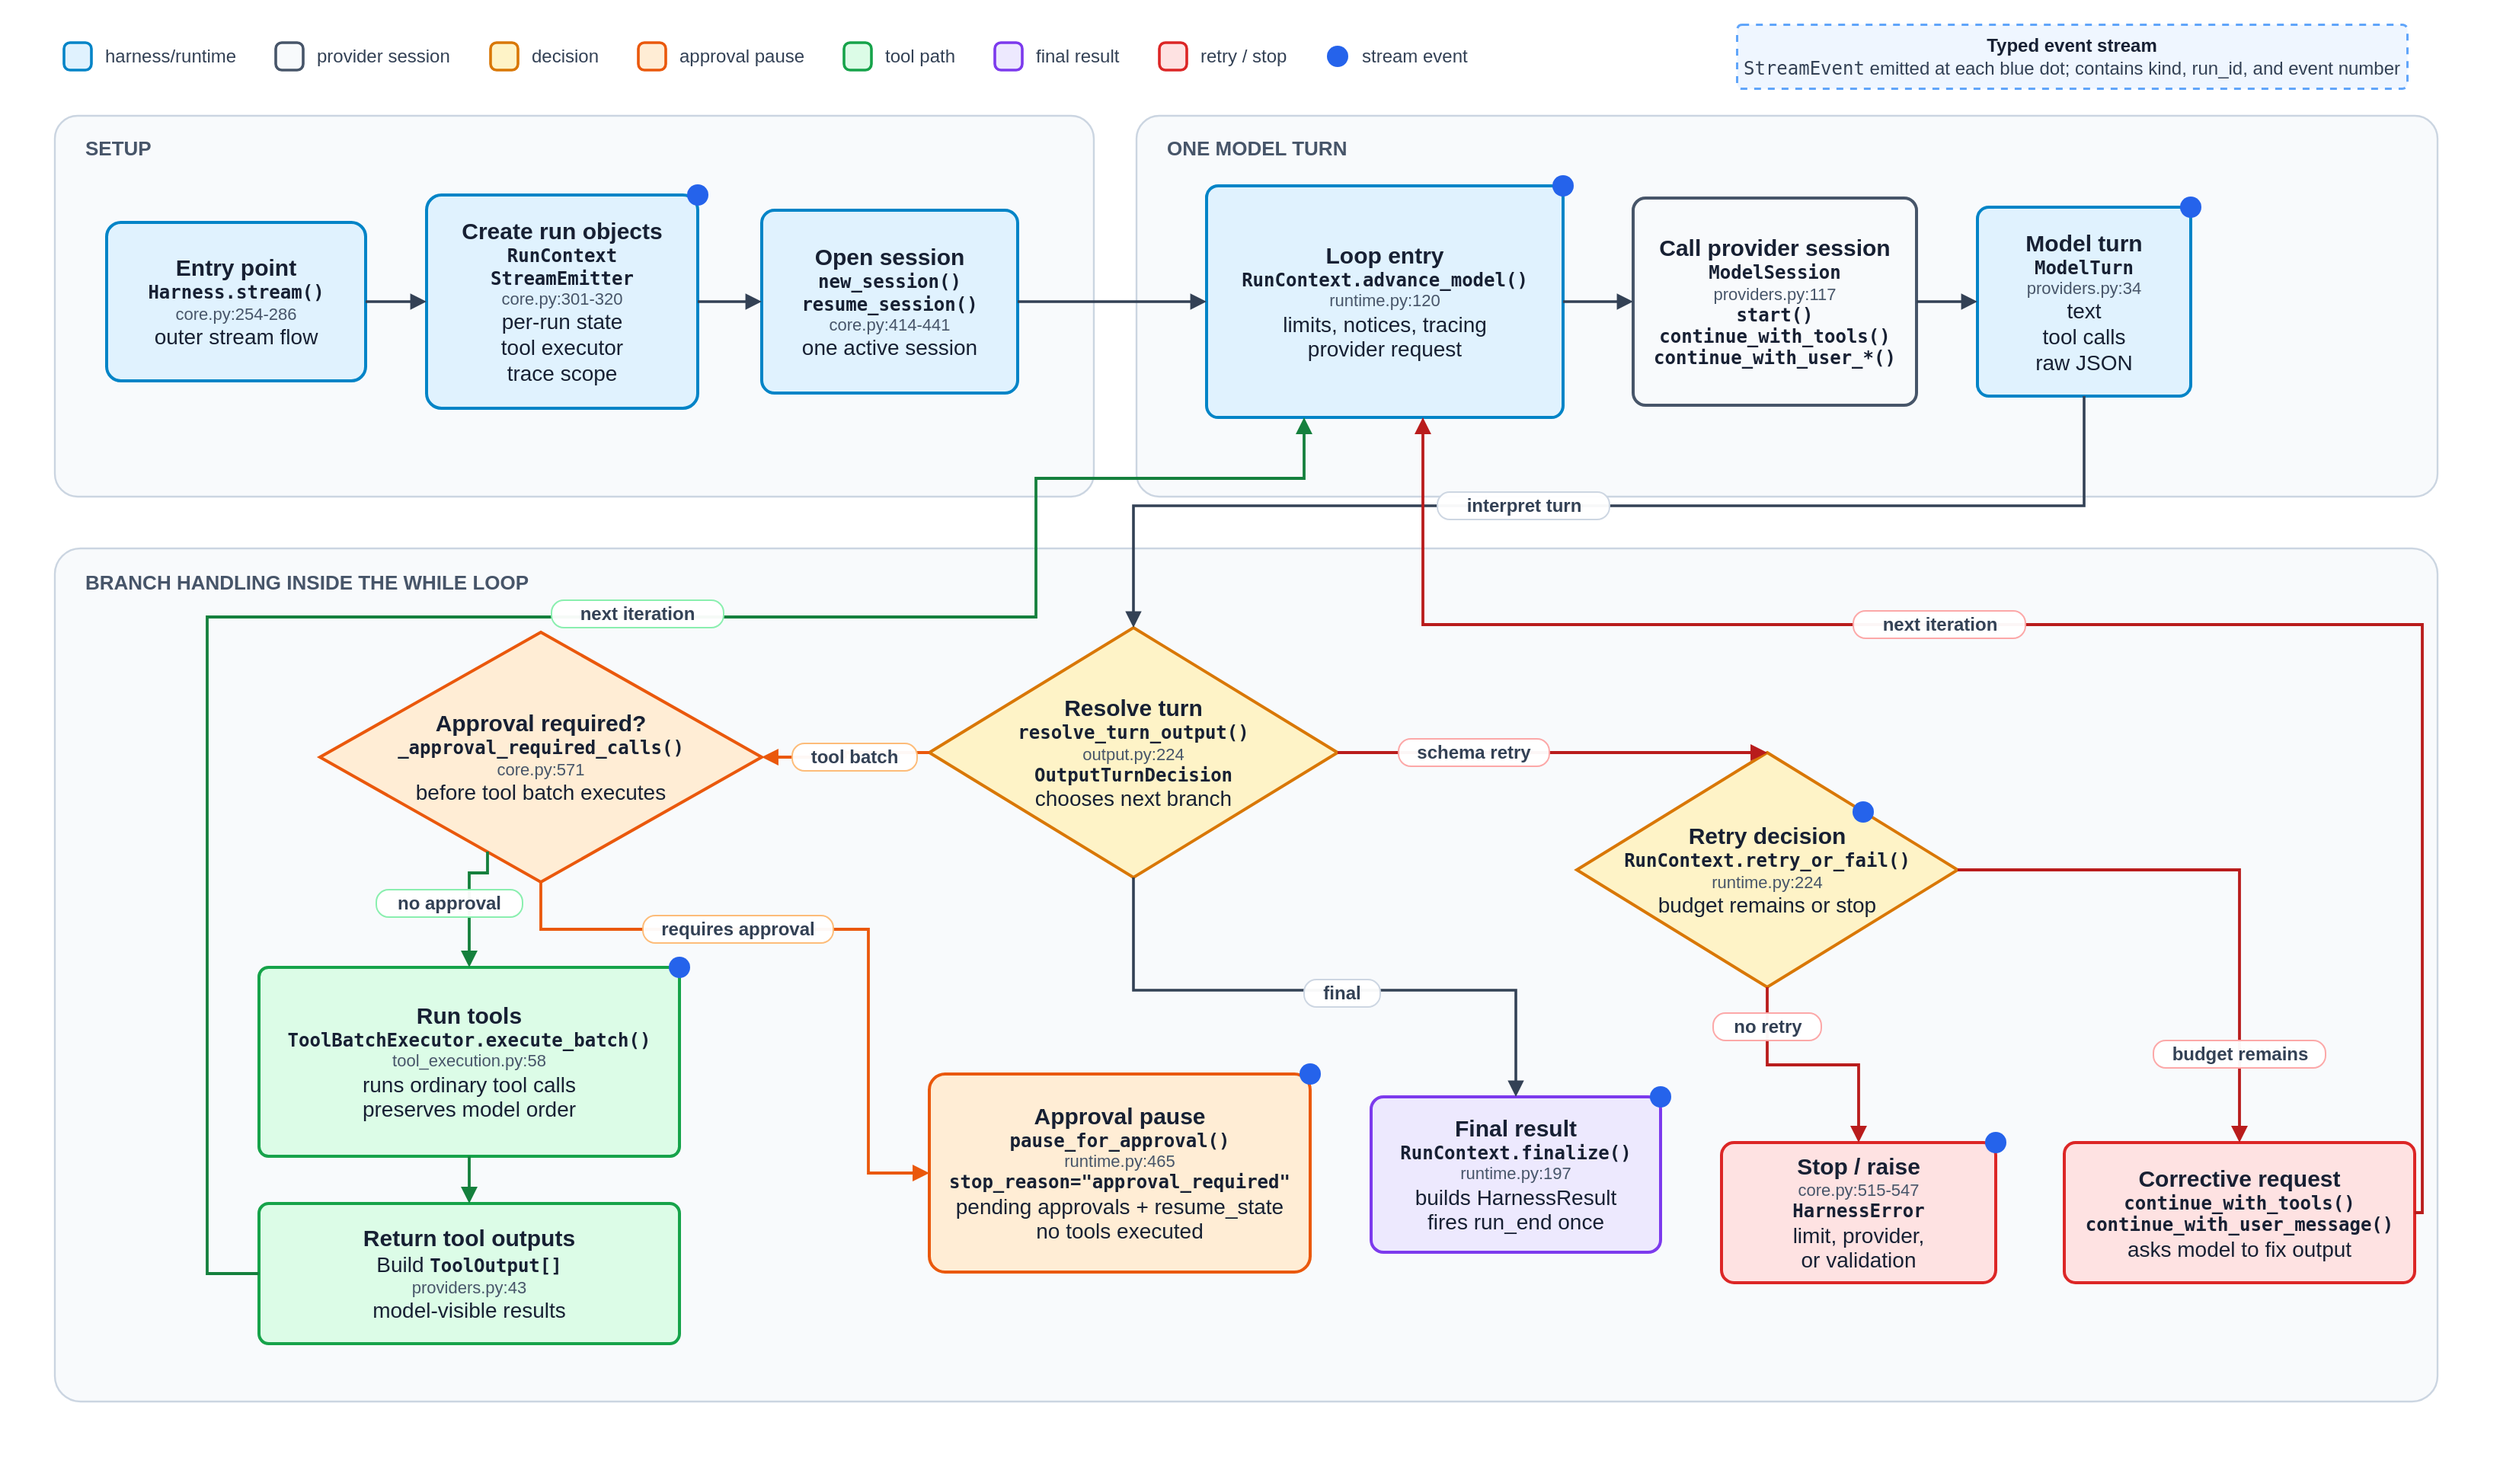
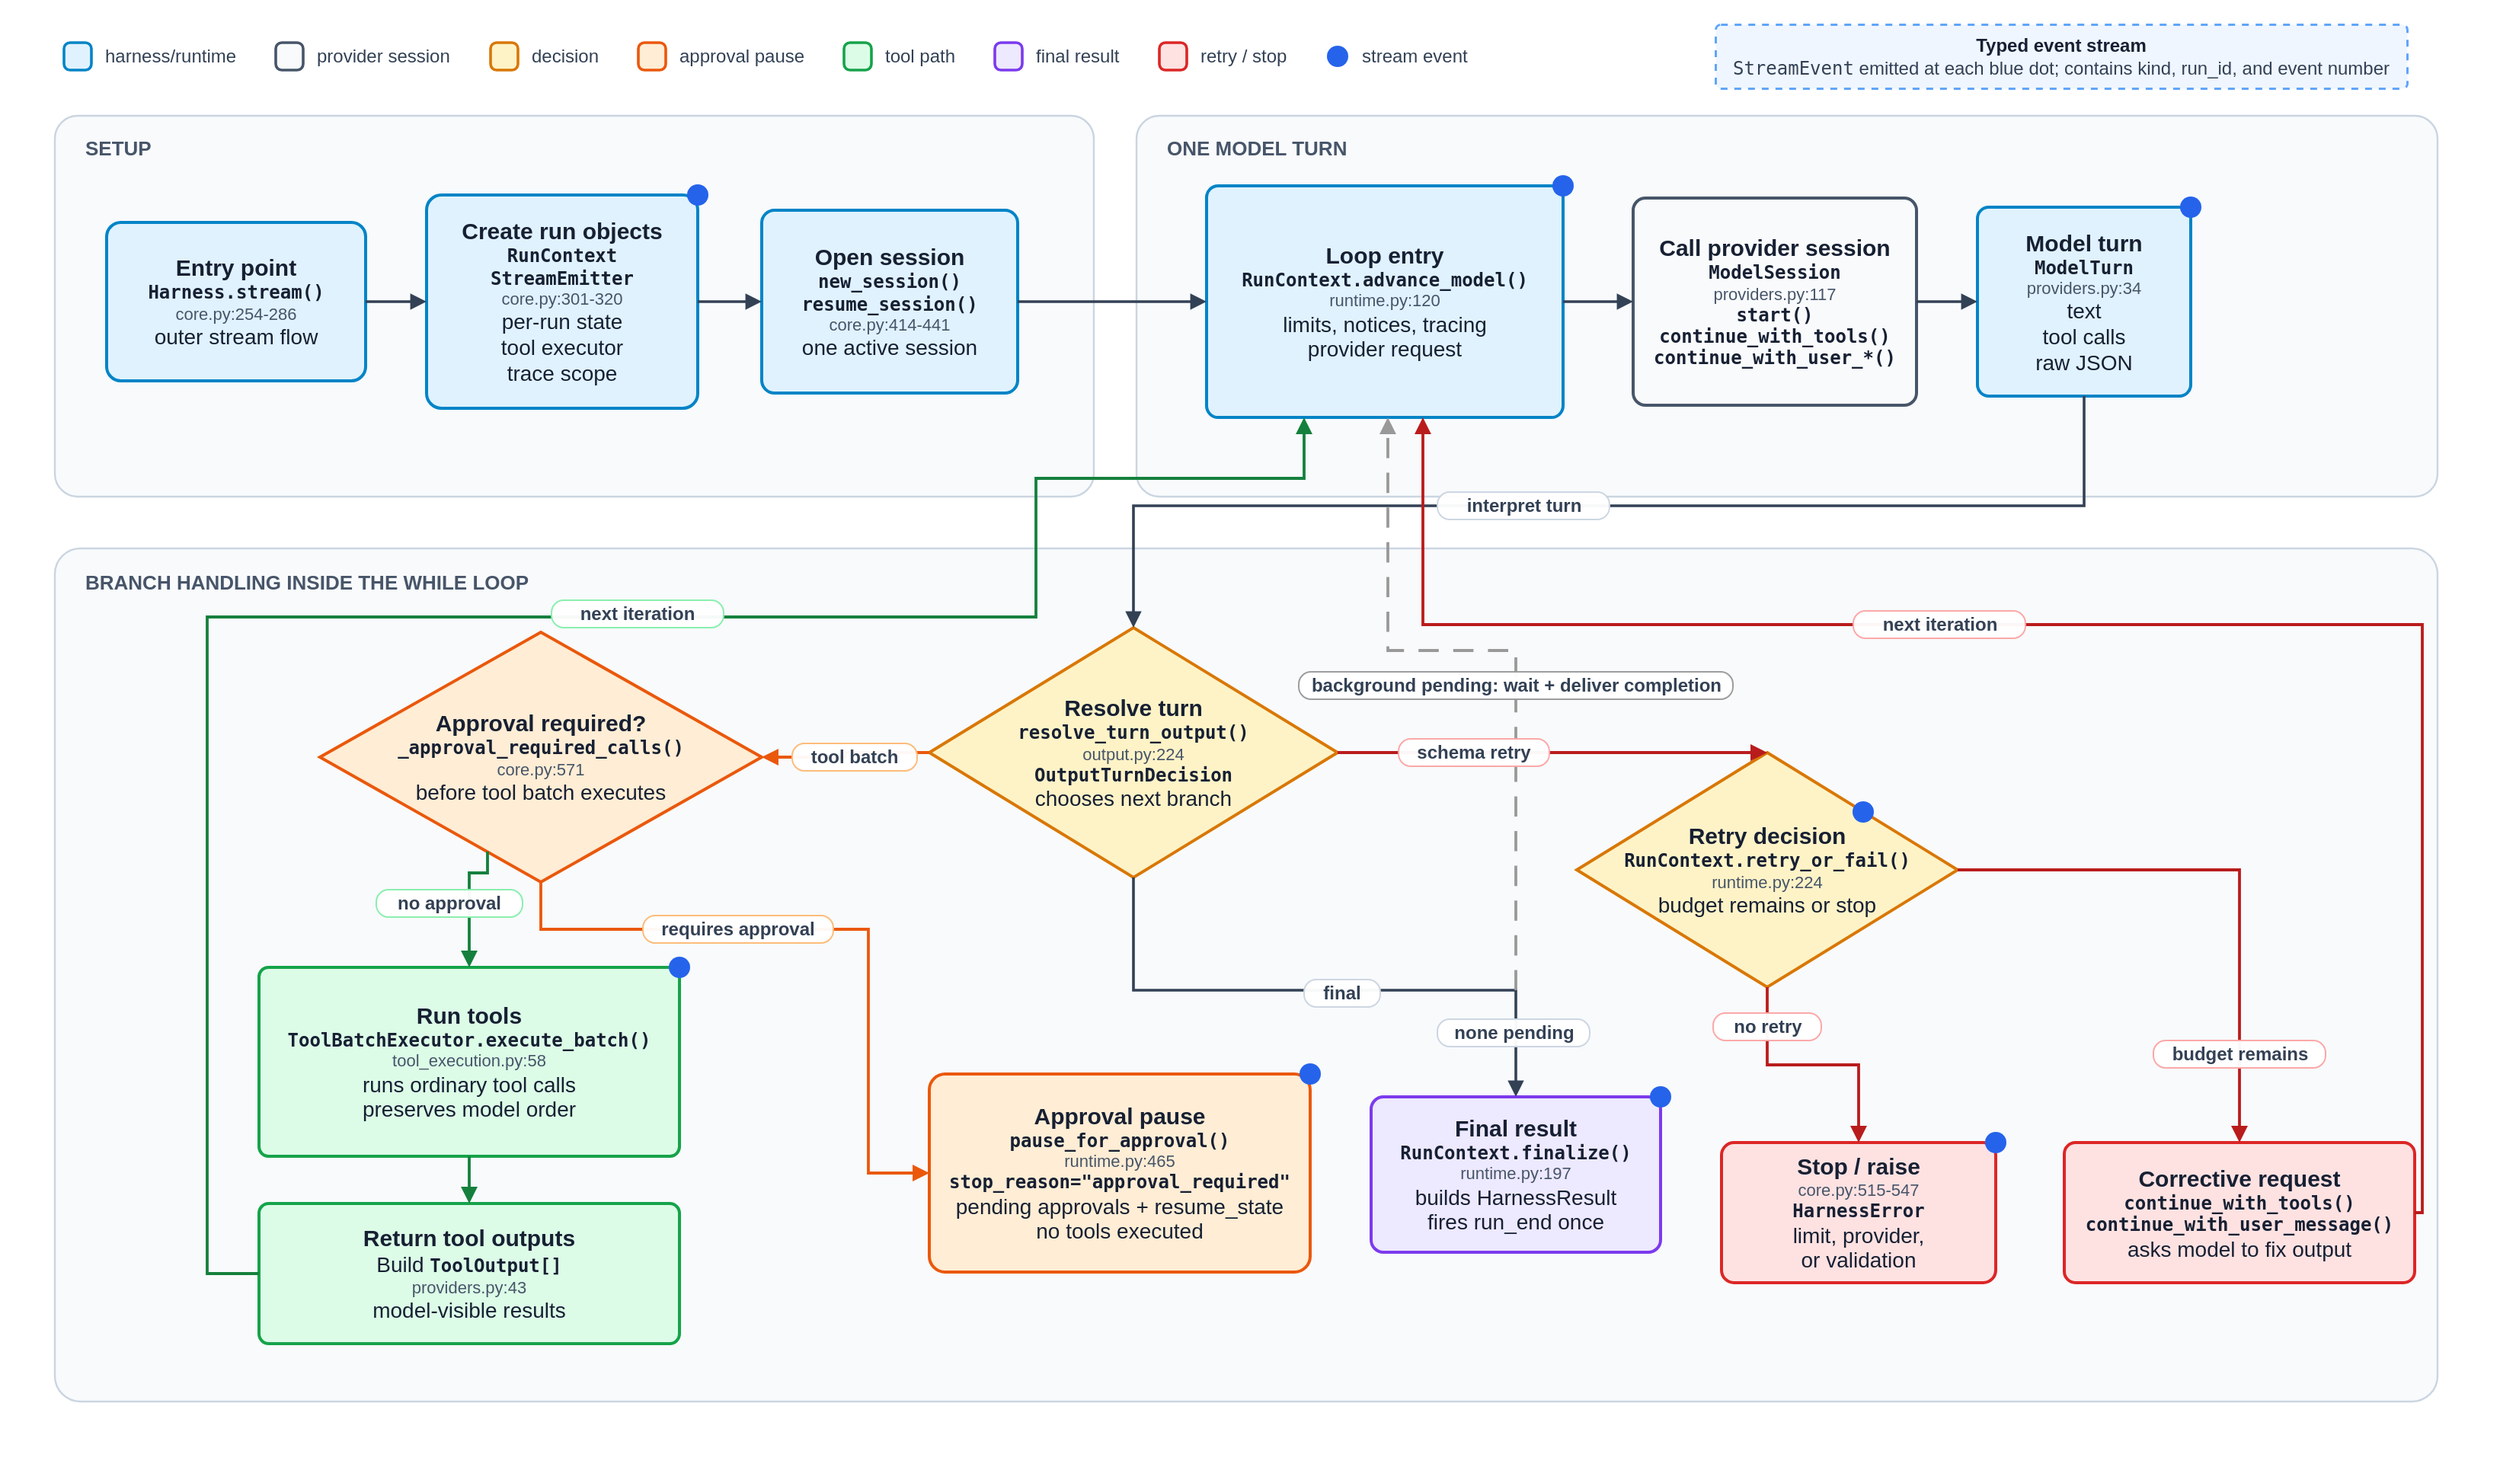
<mxfile host="Electron" agent="Codex">
  <diagram id="thinharness-run-loop" name="ThinHarness run loop">
-     <mxGraphModel dx="1571" dy="901" grid="0" gridSize="10" guides="1" tooltips="1" connect="1" arrows="1" fold="1" page="1" pageScale="1" pageWidth="1640" pageHeight="960" math="0" shadow="0">
+     <mxGraphModel dx="1768" dy="1014" grid="0" gridSize="10" guides="1" tooltips="1" connect="1" arrows="1" fold="1" page="1" pageScale="1" pageWidth="1640" pageHeight="960" math="0" shadow="0">
      <root>
        <mxCell id="0" />
        <mxCell id="1" parent="0" />
        <mxCell id="background" parent="1" style="rounded=0;whiteSpace=wrap;html=1;fillColor=#ffffff;strokeColor=none;" value="" vertex="1">
          <mxGeometry height="960" width="1640" as="geometry" />
        </mxCell>
        <mxCell id="legend-runtime" parent="1" style="rounded=1;whiteSpace=wrap;html=1;arcSize=22;fillColor=#e0f2fe;strokeColor=#0284c7;strokeWidth=1.8;" value="" vertex="1">
          <mxGeometry height="18" width="18" x="42" y="28" as="geometry" />
        </mxCell>
        <mxCell id="legend-runtime-label" parent="1" style="text;html=1;strokeColor=none;fillColor=none;align=left;verticalAlign=middle;whiteSpace=wrap;rounded=0;fontFamily=Helvetica;fontSize=12;fontColor=#334155;spacing=0;" value="harness/runtime" vertex="1">
          <mxGeometry height="18" width="88" x="69" y="28" as="geometry" />
        </mxCell>
        <mxCell id="legend-provider" parent="1" style="rounded=1;whiteSpace=wrap;html=1;arcSize=22;fillColor=#f8fafc;strokeColor=#475569;strokeWidth=1.8;" value="" vertex="1">
          <mxGeometry height="18" width="18" x="181" y="28" as="geometry" />
        </mxCell>
        <mxCell id="legend-provider-label" parent="1" style="text;html=1;strokeColor=none;fillColor=none;align=left;verticalAlign=middle;whiteSpace=wrap;rounded=0;fontFamily=Helvetica;fontSize=12;fontColor=#334155;spacing=0;" value="provider session" vertex="1">
          <mxGeometry height="18" width="90" x="208" y="28" as="geometry" />
        </mxCell>
        <mxCell id="legend-decision" parent="1" style="rounded=1;whiteSpace=wrap;html=1;arcSize=22;fillColor=#fef3c7;strokeColor=#d97706;strokeWidth=1.8;" value="" vertex="1">
          <mxGeometry height="18" width="18" x="322" y="28" as="geometry" />
        </mxCell>
        <mxCell id="legend-decision-label" parent="1" style="text;html=1;strokeColor=none;fillColor=none;align=left;verticalAlign=middle;whiteSpace=wrap;rounded=0;fontFamily=Helvetica;fontSize=12;fontColor=#334155;spacing=0;" value="decision" vertex="1">
          <mxGeometry height="18" width="46" x="349" y="28" as="geometry" />
        </mxCell>
        <mxCell id="legend-approval" parent="1" style="rounded=1;whiteSpace=wrap;html=1;arcSize=22;fillColor=#ffedd5;strokeColor=#ea580c;strokeWidth=1.8;" value="" vertex="1">
          <mxGeometry height="18" width="18" x="419" y="28" as="geometry" />
        </mxCell>
        <mxCell id="legend-approval-label" parent="1" style="text;html=1;strokeColor=none;fillColor=none;align=left;verticalAlign=middle;whiteSpace=wrap;rounded=0;fontFamily=Helvetica;fontSize=12;fontColor=#334155;spacing=0;" value="approval pause" vertex="1">
          <mxGeometry height="18" width="84" x="446" y="28" as="geometry" />
        </mxCell>
        <mxCell id="legend-tool" parent="1" style="rounded=1;whiteSpace=wrap;html=1;arcSize=22;fillColor=#dcfce7;strokeColor=#16a34a;strokeWidth=1.8;" value="" vertex="1">
          <mxGeometry height="18" width="18" x="554" y="28" as="geometry" />
        </mxCell>
        <mxCell id="legend-tool-label" parent="1" style="text;html=1;strokeColor=none;fillColor=none;align=left;verticalAlign=middle;whiteSpace=wrap;rounded=0;fontFamily=Helvetica;fontSize=12;fontColor=#334155;spacing=0;" value="tool path" vertex="1">
          <mxGeometry height="18" width="48" x="581" y="28" as="geometry" />
        </mxCell>
        <mxCell id="legend-done" parent="1" style="rounded=1;whiteSpace=wrap;html=1;arcSize=22;fillColor=#ede9fe;strokeColor=#7c3aed;strokeWidth=1.8;" value="" vertex="1">
          <mxGeometry height="18" width="18" x="653" y="28" as="geometry" />
        </mxCell>
        <mxCell id="legend-done-label" parent="1" style="text;html=1;strokeColor=none;fillColor=none;align=left;verticalAlign=middle;whiteSpace=wrap;rounded=0;fontFamily=Helvetica;fontSize=12;fontColor=#334155;spacing=0;" value="final result" vertex="1">
          <mxGeometry height="18" width="57" x="680" y="28" as="geometry" />
        </mxCell>
        <mxCell id="legend-stop" parent="1" style="rounded=1;whiteSpace=wrap;html=1;arcSize=22;fillColor=#fee2e2;strokeColor=#dc2626;strokeWidth=1.8;" value="" vertex="1">
          <mxGeometry height="18" width="18" x="761" y="28" as="geometry" />
        </mxCell>
        <mxCell id="legend-stop-label" parent="1" style="text;html=1;strokeColor=none;fillColor=none;align=left;verticalAlign=middle;whiteSpace=wrap;rounded=0;fontFamily=Helvetica;fontSize=12;fontColor=#334155;spacing=0;" value="retry / stop" vertex="1">
          <mxGeometry height="18" width="59" x="788" y="28" as="geometry" />
        </mxCell>
        <mxCell id="legend-stream-event" parent="1" style="ellipse;whiteSpace=wrap;html=1;aspect=fixed;fillColor=#2563eb;strokeColor=none;" value="" vertex="1">
          <mxGeometry height="14" width="14" x="871" y="30" as="geometry" />
        </mxCell>
        <mxCell id="legend-stream-event-label" parent="1" style="text;html=1;strokeColor=none;fillColor=none;align=left;verticalAlign=middle;whiteSpace=wrap;rounded=0;fontFamily=Helvetica;fontSize=12;fontColor=#334155;spacing=0;" value="stream event" vertex="1">
          <mxGeometry height="18" width="72" x="894" y="28" as="geometry" />
        </mxCell>
        <mxCell id="stream-callout" parent="1" style="rounded=1;whiteSpace=wrap;html=1;arcSize=8;fillColor=#eff6ff;strokeColor=#60a5fa;strokeWidth=1.5;dashed=1;fontFamily=Helvetica;fontSize=12;fontColor=#334155;align=center;verticalAlign=middle;spacing=0;" value="&lt;div style=&quot;font-weight:700;color:#172033&quot;&gt;Typed event stream&lt;/div&gt;&lt;div&gt;&lt;span style=&quot;font-family:Menlo,Monaco,Consolas,monospace&quot;&gt;StreamEvent&lt;/span&gt; emitted at each blue dot; contains kind, run_id, and event number&lt;/div&gt;" vertex="1">
-           <mxGeometry height="42" width="440" x="1140" y="16" as="geometry" />
+           <mxGeometry height="42" width="454" x="1126" y="16" as="geometry" />
        </mxCell>
        <mxCell id="lane-setup" parent="1" style="rounded=1;whiteSpace=wrap;html=1;arcSize=6;fillColor=#f8fafc;strokeColor=#cbd5e1;strokeWidth=1.2;" value="" vertex="1">
          <mxGeometry height="250" width="682" x="36" y="76" as="geometry" />
        </mxCell>
        <mxCell id="lane-setup-title" parent="1" style="text;html=1;strokeColor=none;fillColor=none;align=left;verticalAlign=top;whiteSpace=wrap;rounded=0;fontFamily=Helvetica;fontSize=13;fontStyle=1;fontColor=#475569;spacing=0;" value="SETUP" vertex="1">
          <mxGeometry height="20" width="80" x="56" y="85" as="geometry" />
        </mxCell>
        <mxCell id="lane-turn" parent="1" style="rounded=1;whiteSpace=wrap;html=1;arcSize=6;fillColor=#f8fafc;strokeColor=#cbd5e1;strokeWidth=1.2;" value="" vertex="1">
          <mxGeometry height="250" width="854" x="746" y="76" as="geometry" />
        </mxCell>
        <mxCell id="lane-turn-title" parent="1" style="text;html=1;strokeColor=none;fillColor=none;align=left;verticalAlign=top;whiteSpace=wrap;rounded=0;fontFamily=Helvetica;fontSize=13;fontStyle=1;fontColor=#475569;spacing=0;" value="ONE MODEL TURN" vertex="1">
          <mxGeometry height="20" width="140" x="766" y="85" as="geometry" />
        </mxCell>
        <mxCell id="lane-branch" parent="1" style="rounded=1;whiteSpace=wrap;html=1;arcSize=3;fillColor=#f8fafc;strokeColor=#cbd5e1;strokeWidth=1.2;" value="" vertex="1">
          <mxGeometry height="560" width="1564" x="36" y="360" as="geometry" />
        </mxCell>
        <mxCell id="lane-branch-title" parent="1" style="text;html=1;strokeColor=none;fillColor=none;align=left;verticalAlign=top;whiteSpace=wrap;rounded=0;fontFamily=Helvetica;fontSize=13;fontStyle=1;fontColor=#475569;spacing=0;" value="BRANCH HANDLING INSIDE THE WHILE LOOP" vertex="1">
          <mxGeometry height="20" width="330" x="56" y="370" as="geometry" />
        </mxCell>
        <mxCell id="run" parent="1" style="rounded=1;whiteSpace=wrap;html=1;arcSize=9;fillColor=#e0f2fe;strokeColor=#0284c7;strokeWidth=2;fontFamily=Helvetica;fontSize=14;fontColor=#172033;align=center;verticalAlign=middle;spacing=0;" value="&lt;div style=&quot;font-size:15px;font-weight:700&quot;&gt;Entry point&lt;/div&gt;&lt;div style=&quot;font-family:Menlo,Monaco,Consolas,monospace;font-size:12px;font-weight:650&quot;&gt;Harness.stream()&lt;/div&gt;&lt;div style=&quot;color:#475569;font-size:11px&quot;&gt;core.py:254-286&lt;/div&gt;&lt;div&gt;outer stream flow&lt;/div&gt;" vertex="1">
          <mxGeometry height="104" width="170" x="70" y="146" as="geometry" />
        </mxCell>
        <mxCell id="objects" parent="1" style="rounded=1;whiteSpace=wrap;html=1;arcSize=7;fillColor=#e0f2fe;strokeColor=#0284c7;strokeWidth=2;fontFamily=Helvetica;fontSize=14;fontColor=#172033;align=center;verticalAlign=middle;spacing=0;" value="&lt;div style=&quot;font-size:15px;font-weight:700&quot;&gt;Create run objects&lt;/div&gt;&lt;div style=&quot;font-family:Menlo,Monaco,Consolas,monospace;font-size:12px;font-weight:650&quot;&gt;RunContext&lt;/div&gt;&lt;div style=&quot;font-family:Menlo,Monaco,Consolas,monospace;font-size:12px;font-weight:650&quot;&gt;StreamEmitter&lt;/div&gt;&lt;div style=&quot;color:#475569;font-size:11px&quot;&gt;core.py:301-320&lt;/div&gt;&lt;div&gt;per-run state&lt;/div&gt;&lt;div&gt;tool executor&lt;/div&gt;&lt;div&gt;trace scope&lt;/div&gt;" vertex="1">
          <mxGeometry height="140" width="178" x="280" y="128" as="geometry" />
        </mxCell>
        <mxCell id="active" parent="1" style="rounded=1;whiteSpace=wrap;html=1;arcSize=7;fillColor=#e0f2fe;strokeColor=#0284c7;strokeWidth=2;fontFamily=Helvetica;fontSize=14;fontColor=#172033;align=center;verticalAlign=middle;spacing=0;" value="&lt;div style=&quot;font-size:15px;font-weight:700&quot;&gt;Open session&lt;/div&gt;&lt;div style=&quot;font-family:Menlo,Monaco,Consolas,monospace;font-size:12px;font-weight:650&quot;&gt;new_session()&lt;/div&gt;&lt;div style=&quot;font-family:Menlo,Monaco,Consolas,monospace;font-size:12px;font-weight:650&quot;&gt;resume_session()&lt;/div&gt;&lt;div style=&quot;color:#475569;font-size:11px&quot;&gt;core.py:414-441&lt;/div&gt;&lt;div&gt;one active session&lt;/div&gt;" vertex="1">
          <mxGeometry height="120" width="168" x="500" y="138" as="geometry" />
        </mxCell>
        <mxCell id="advance" parent="1" style="rounded=1;whiteSpace=wrap;html=1;arcSize=5;fillColor=#e0f2fe;strokeColor=#0284c7;strokeWidth=2;fontFamily=Helvetica;fontSize=14;fontColor=#172033;align=center;verticalAlign=middle;spacing=0;" value="&lt;div style=&quot;font-size:15px;font-weight:700&quot;&gt;Loop entry&lt;/div&gt;&lt;div style=&quot;font-family:Menlo,Monaco,Consolas,monospace;font-size:12px;font-weight:650&quot;&gt;RunContext.advance_model()&lt;/div&gt;&lt;div style=&quot;color:#475569;font-size:11px&quot;&gt;runtime.py:120&lt;/div&gt;&lt;div&gt;limits, notices, tracing&lt;/div&gt;&lt;div&gt;provider request&lt;/div&gt;" vertex="1">
          <mxGeometry height="152" width="234" x="792" y="122" as="geometry" />
        </mxCell>
        <mxCell id="session" parent="1" style="rounded=1;whiteSpace=wrap;html=1;arcSize=6;fillColor=#f8fafc;strokeColor=#475569;strokeWidth=2;fontFamily=Helvetica;fontSize=14;fontColor=#172033;align=center;verticalAlign=middle;spacing=0;" value="&lt;div style=&quot;font-size:15px;font-weight:700&quot;&gt;Call provider session&lt;/div&gt;&lt;div style=&quot;font-family:Menlo,Monaco,Consolas,monospace;font-size:12px;font-weight:650&quot;&gt;ModelSession&lt;/div&gt;&lt;div style=&quot;color:#475569;font-size:11px&quot;&gt;providers.py:117&lt;/div&gt;&lt;div style=&quot;font-family:Menlo,Monaco,Consolas,monospace;font-size:12px;font-weight:650&quot;&gt;start()&lt;/div&gt;&lt;div style=&quot;font-family:Menlo,Monaco,Consolas,monospace;font-size:12px;font-weight:650&quot;&gt;continue_with_tools()&lt;/div&gt;&lt;div style=&quot;font-family:Menlo,Monaco,Consolas,monospace;font-size:12px;font-weight:650&quot;&gt;continue_with_user_*()&lt;/div&gt;" vertex="1">
          <mxGeometry height="136" width="186" x="1072" y="130" as="geometry" />
        </mxCell>
        <mxCell id="turn" parent="1" style="rounded=1;whiteSpace=wrap;html=1;arcSize=6;fillColor=#e0f2fe;strokeColor=#0284c7;strokeWidth=2;fontFamily=Helvetica;fontSize=14;fontColor=#172033;align=center;verticalAlign=middle;spacing=0;" value="&lt;div style=&quot;font-size:15px;font-weight:700&quot;&gt;Model turn&lt;/div&gt;&lt;div style=&quot;font-family:Menlo,Monaco,Consolas,monospace;font-size:12px;font-weight:650&quot;&gt;ModelTurn&lt;/div&gt;&lt;div style=&quot;color:#475569;font-size:11px&quot;&gt;providers.py:34&lt;/div&gt;&lt;div&gt;text&lt;/div&gt;&lt;div&gt;tool calls&lt;/div&gt;&lt;div&gt;raw JSON&lt;/div&gt;" vertex="1">
          <mxGeometry height="124" width="140" x="1298" y="136" as="geometry" />
        </mxCell>
        <mxCell id="decide" parent="1" style="rhombus;whiteSpace=wrap;html=1;fillColor=#fef3c7;strokeColor=#d97706;strokeWidth=2;fontFamily=Helvetica;fontSize=14;fontColor=#172033;align=center;verticalAlign=middle;spacing=0;" value="&lt;div style=&quot;font-size:15px;font-weight:700&quot;&gt;Resolve turn&lt;/div&gt;&lt;div style=&quot;font-family:Menlo,Monaco,Consolas,monospace;font-size:12px;font-weight:650&quot;&gt;resolve_turn_output()&lt;/div&gt;&lt;div style=&quot;color:#475569;font-size:11px&quot;&gt;output.py:224&lt;/div&gt;&lt;div style=&quot;font-family:Menlo,Monaco,Consolas,monospace;font-size:12px;font-weight:650&quot;&gt;OutputTurnDecision&lt;/div&gt;&lt;div&gt;chooses next branch&lt;/div&gt;" vertex="1">
          <mxGeometry height="164" width="268" x="610" y="412" as="geometry" />
        </mxCell>
        <mxCell id="approvalGate" parent="1" style="rhombus;whiteSpace=wrap;html=1;fillColor=#ffedd5;strokeColor=#ea580c;strokeWidth=2;fontFamily=Helvetica;fontSize=14;fontColor=#172033;align=center;verticalAlign=middle;spacing=0;" value="&lt;div style=&quot;font-size:15px;font-weight:700&quot;&gt;Approval required?&lt;/div&gt;&lt;div style=&quot;font-family:Menlo,Monaco,Consolas,monospace;font-size:12px;font-weight:650&quot;&gt;_approval_required_calls()&lt;/div&gt;&lt;div style=&quot;color:#475569;font-size:11px&quot;&gt;core.py:571&lt;/div&gt;&lt;div&gt;before tool batch executes&lt;/div&gt;" vertex="1">
          <mxGeometry height="164" width="290" x="210" y="415" as="geometry" />
        </mxCell>
        <mxCell id="final" parent="1" style="rounded=1;whiteSpace=wrap;html=1;arcSize=8;fillColor=#ede9fe;strokeColor=#7c3aed;strokeWidth=2;fontFamily=Helvetica;fontSize=14;fontColor=#172033;align=center;verticalAlign=middle;spacing=0;" value="&lt;div style=&quot;font-size:15px;font-weight:700&quot;&gt;Final result&lt;/div&gt;&lt;div style=&quot;font-family:Menlo,Monaco,Consolas,monospace;font-size:12px;font-weight:650&quot;&gt;RunContext.finalize()&lt;/div&gt;&lt;div style=&quot;color:#475569;font-size:11px&quot;&gt;runtime.py:197&lt;/div&gt;&lt;div&gt;builds HarnessResult&lt;/div&gt;&lt;div&gt;fires run_end once&lt;/div&gt;" vertex="1">
          <mxGeometry height="102" width="190" x="900" y="720" as="geometry" />
        </mxCell>
        <mxCell id="approvalPause" parent="1" style="rounded=1;whiteSpace=wrap;html=1;arcSize=8;fillColor=#ffedd5;strokeColor=#ea580c;strokeWidth=2;fontFamily=Helvetica;fontSize=14;fontColor=#172033;align=center;verticalAlign=middle;spacing=0;" value="&lt;div style=&quot;font-size:15px;font-weight:700&quot;&gt;Approval pause&lt;/div&gt;&lt;div style=&quot;font-family:Menlo,Monaco,Consolas,monospace;font-size:12px;font-weight:650&quot;&gt;pause_for_approval()&lt;/div&gt;&lt;div style=&quot;color:#475569;font-size:11px&quot;&gt;runtime.py:465&lt;/div&gt;&lt;div style=&quot;font-family:Menlo,Monaco,Consolas,monospace;font-size:12px;font-weight:650&quot;&gt;stop_reason=&amp;quot;approval_required&amp;quot;&lt;/div&gt;&lt;div&gt;pending approvals + resume_state&lt;/div&gt;&lt;div&gt;no tools executed&lt;/div&gt;" vertex="1">
          <mxGeometry height="130" width="250" x="610" y="705" as="geometry" />
        </mxCell>
        <mxCell id="tools" parent="1" style="rounded=1;whiteSpace=wrap;html=1;arcSize=5;fillColor=#dcfce7;strokeColor=#16a34a;strokeWidth=2;fontFamily=Helvetica;fontSize=14;fontColor=#172033;align=center;verticalAlign=middle;spacing=0;" value="&lt;div style=&quot;font-size:15px;font-weight:700&quot;&gt;Run tools&lt;/div&gt;&lt;div style=&quot;font-family:Menlo,Monaco,Consolas,monospace;font-size:12px;font-weight:650&quot;&gt;ToolBatchExecutor.execute_batch()&lt;/div&gt;&lt;div style=&quot;color:#475569;font-size:11px&quot;&gt;tool_execution.py:58&lt;/div&gt;&lt;div&gt;runs ordinary tool calls&lt;/div&gt;&lt;div&gt;preserves model order&lt;/div&gt;" vertex="1">
          <mxGeometry height="124" width="276" x="170" y="635" as="geometry" />
        </mxCell>
        <mxCell id="toolOutput" parent="1" style="rounded=1;whiteSpace=wrap;html=1;arcSize=7;fillColor=#dcfce7;strokeColor=#16a34a;strokeWidth=2;fontFamily=Helvetica;fontSize=14;fontColor=#172033;align=center;verticalAlign=middle;spacing=0;" value="&lt;div style=&quot;font-size:15px;font-weight:700&quot;&gt;Return tool outputs&lt;/div&gt;&lt;div&gt;Build &lt;span style=&quot;font-family:Menlo,Monaco,Consolas,monospace;font-size:12px;font-weight:650&quot;&gt;ToolOutput[]&lt;/span&gt;&lt;/div&gt;&lt;div style=&quot;color:#475569;font-size:11px&quot;&gt;providers.py:43&lt;/div&gt;&lt;div&gt;model-visible results&lt;/div&gt;" vertex="1">
          <mxGeometry height="92" width="276" x="170" y="790" as="geometry" />
        </mxCell>
        <mxCell id="retry" parent="1" style="rhombus;whiteSpace=wrap;html=1;fillColor=#fef3c7;strokeColor=#d97706;strokeWidth=2;fontFamily=Helvetica;fontSize=14;fontColor=#172033;align=center;verticalAlign=middle;spacing=0;" value="&lt;div style=&quot;font-size:15px;font-weight:700&quot;&gt;Retry decision&lt;/div&gt;&lt;div style=&quot;font-family:Menlo,Monaco,Consolas,monospace;font-size:12px;font-weight:650&quot;&gt;RunContext.retry_or_fail()&lt;/div&gt;&lt;div style=&quot;color:#475569;font-size:11px&quot;&gt;runtime.py:224&lt;/div&gt;&lt;div&gt;budget remains or stop&lt;/div&gt;" vertex="1">
          <mxGeometry height="154" width="250" x="1035" y="494" as="geometry" />
        </mxCell>
        <mxCell id="stop" parent="1" style="rounded=1;whiteSpace=wrap;html=1;arcSize=9;fillColor=#fee2e2;strokeColor=#dc2626;strokeWidth=2;fontFamily=Helvetica;fontSize=14;fontColor=#172033;align=center;verticalAlign=middle;spacing=0;" value="&lt;div style=&quot;font-size:15px;font-weight:700&quot;&gt;Stop / raise&lt;/div&gt;&lt;div style=&quot;color:#475569;font-size:11px&quot;&gt;core.py:515-547&lt;/div&gt;&lt;div style=&quot;font-family:Menlo,Monaco,Consolas,monospace;font-size:12px;font-weight:650&quot;&gt;HarnessError&lt;/div&gt;&lt;div&gt;limit, provider,&lt;/div&gt;&lt;div&gt;or validation&lt;/div&gt;" vertex="1">
          <mxGeometry height="92" width="180" x="1130" y="750" as="geometry" />
        </mxCell>
        <mxCell id="corrective" parent="1" style="rounded=1;whiteSpace=wrap;html=1;arcSize=8;fillColor=#fee2e2;strokeColor=#dc2626;strokeWidth=2;fontFamily=Helvetica;fontSize=14;fontColor=#172033;align=center;verticalAlign=middle;spacing=0;" value="&lt;div style=&quot;font-size:15px;font-weight:700&quot;&gt;Corrective request&lt;/div&gt;&lt;div style=&quot;font-family:Menlo,Monaco,Consolas,monospace;font-size:12px;font-weight:650&quot;&gt;continue_with_tools()&lt;/div&gt;&lt;div style=&quot;font-family:Menlo,Monaco,Consolas,monospace;font-size:12px;font-weight:650&quot;&gt;continue_with_user_message()&lt;/div&gt;&lt;div&gt;asks model to fix output&lt;/div&gt;" vertex="1">
          <mxGeometry height="92" width="230" x="1355" y="750" as="geometry" />
        </mxCell>
        <mxCell id="e-run-objects" edge="1" parent="1" source="run" style="endArrow=block;html=1;rounded=0;strokeColor=#334155;strokeWidth=1.8;endFill=1;" target="objects" value="">
          <mxGeometry relative="1" as="geometry" />
        </mxCell>
        <mxCell id="e-objects-active" edge="1" parent="1" source="objects" style="endArrow=block;html=1;rounded=0;strokeColor=#334155;strokeWidth=1.8;endFill=1;" target="active" value="">
          <mxGeometry relative="1" as="geometry" />
        </mxCell>
        <mxCell id="e-active-advance" edge="1" parent="1" source="active" style="endArrow=block;html=1;rounded=0;strokeColor=#334155;strokeWidth=1.8;endFill=1;" target="advance" value="">
          <mxGeometry relative="1" as="geometry" />
        </mxCell>
        <mxCell id="e-advance-session" edge="1" parent="1" source="advance" style="endArrow=block;html=1;rounded=0;strokeColor=#334155;strokeWidth=1.8;endFill=1;" target="session" value="">
          <mxGeometry relative="1" as="geometry" />
        </mxCell>
        <mxCell id="e-session-turn" edge="1" parent="1" source="session" style="endArrow=block;html=1;rounded=0;strokeColor=#334155;strokeWidth=1.8;endFill=1;" target="turn" value="">
          <mxGeometry relative="1" as="geometry" />
        </mxCell>
        <mxCell id="e-turn-decide" edge="1" parent="1" source="turn" style="edgeStyle=orthogonalEdgeStyle;rounded=0;orthogonalLoop=1;jettySize=auto;endArrow=block;html=1;strokeColor=#334155;strokeWidth=1.8;endFill=1;exitX=0.5;exitY=1;entryX=0.5;entryY=0;" target="decide" value="">
          <mxGeometry relative="1" as="geometry">
            <Array as="points">
              <mxPoint x="1368" y="332" />
              <mxPoint x="744" y="332" />
            </Array>
          </mxGeometry>
        </mxCell>
        <mxCell id="e-decide-final" edge="1" parent="1" source="decide" style="edgeStyle=orthogonalEdgeStyle;rounded=0;orthogonalLoop=1;jettySize=auto;endArrow=block;html=1;strokeColor=#334155;strokeWidth=1.8;endFill=1;exitX=0.5;exitY=1;entryX=0.5;entryY=0;" target="final" value="">
          <mxGeometry relative="1" as="geometry">
            <Array as="points">
              <mxPoint x="744" y="650" />
              <mxPoint x="995" y="650" />
            </Array>
+           </mxGeometry>
+         </mxCell>
+         <mxCell id="e-final-background-advance" edge="1" parent="1" style="edgeStyle=orthogonalEdgeStyle;rounded=0;orthogonalLoop=1;jettySize=auto;endArrow=block;html=1;strokeColor=#999999;strokeWidth=1.9;endFill=1;dashed=1;dashPattern=7 5;entryX=0.5085;entryY=1;" target="advance" value="">
+           <mxGeometry relative="1" as="geometry">
+             <Array as="points">
+               <mxPoint x="995" y="427" />
+               <mxPoint x="911" y="427" />
+             </Array>
+             <mxPoint x="995" y="650" as="sourcePoint" />
          </mxGeometry>
        </mxCell>
        <mxCell id="e-decide-approval-gate" edge="1" parent="1" source="decide" style="edgeStyle=orthogonalEdgeStyle;rounded=0;orthogonalLoop=1;jettySize=auto;endArrow=block;html=1;strokeColor=#ea580c;strokeWidth=1.9;endFill=1;exitX=0;exitY=0.5;entryX=1;entryY=0.5;" target="approvalGate" value="">
          <mxGeometry relative="1" as="geometry" />
        </mxCell>
        <mxCell id="e-approval-gate-tools" edge="1" parent="1" style="edgeStyle=orthogonalEdgeStyle;rounded=0;orthogonalLoop=1;jettySize=auto;endArrow=block;html=1;strokeColor=#15803d;strokeWidth=1.9;endFill=1;entryX=0.5;entryY=0;" target="tools" value="">
          <mxGeometry relative="1" as="geometry">
            <Array as="points">
              <mxPoint x="320" y="573" />
              <mxPoint x="308" y="573" />
            </Array>
            <mxPoint x="320" y="559" as="sourcePoint" />
          </mxGeometry>
        </mxCell>
        <mxCell id="e-approval-gate-pause" edge="1" parent="1" source="approvalGate" style="edgeStyle=orthogonalEdgeStyle;rounded=0;orthogonalLoop=1;jettySize=auto;endArrow=block;html=1;strokeColor=#ea580c;strokeWidth=1.9;endFill=1;exitX=0.5;exitY=1;entryX=0;entryY=0.5;" target="approvalPause" value="">
          <mxGeometry relative="1" as="geometry">
            <Array as="points">
              <mxPoint x="355" y="610" />
              <mxPoint x="570" y="610" />
              <mxPoint x="570" y="770" />
            </Array>
          </mxGeometry>
        </mxCell>
        <mxCell id="e-decide-retry" edge="1" parent="1" source="decide" style="endArrow=block;html=1;rounded=0;strokeColor=#b91c1c;strokeWidth=1.9;endFill=1;exitX=1;exitY=0.5;entryX=0.5;entryY=0;" target="retry" value="">
          <mxGeometry relative="1" as="geometry" />
        </mxCell>
        <mxCell id="e-tools-tool-output" edge="1" parent="1" source="tools" style="endArrow=block;html=1;rounded=0;strokeColor=#15803d;strokeWidth=1.9;endFill=1;exitX=0.5;exitY=1;entryX=0.5;entryY=0;" target="toolOutput" value="">
          <mxGeometry relative="1" as="geometry" />
        </mxCell>
        <mxCell id="e-tool-output-advance" edge="1" parent="1" source="toolOutput" style="edgeStyle=orthogonalEdgeStyle;rounded=0;orthogonalLoop=1;jettySize=auto;endArrow=block;html=1;strokeColor=#15803d;strokeWidth=1.9;endFill=1;exitX=0;exitY=0.5;entryX=0.2735;entryY=1;" target="advance" value="">
          <mxGeometry relative="1" as="geometry">
            <Array as="points">
              <mxPoint x="136" y="836" />
              <mxPoint x="136" y="405" />
              <mxPoint x="680" y="405" />
              <mxPoint x="680" y="314" />
              <mxPoint x="856" y="314" />
            </Array>
          </mxGeometry>
        </mxCell>
        <mxCell id="e-retry-corrective" edge="1" parent="1" source="retry" style="edgeStyle=orthogonalEdgeStyle;rounded=0;orthogonalLoop=1;jettySize=auto;endArrow=block;html=1;strokeColor=#b91c1c;strokeWidth=1.9;endFill=1;exitX=1;exitY=0.5;entryX=0.5;entryY=0;" target="corrective" value="">
          <mxGeometry relative="1" as="geometry">
            <Array as="points">
              <mxPoint x="1470" y="571" />
            </Array>
          </mxGeometry>
        </mxCell>
        <mxCell id="e-retry-stop" edge="1" parent="1" source="retry" style="endArrow=block;html=1;rounded=0;strokeColor=#b91c1c;strokeWidth=1.9;endFill=1;exitX=0.5;exitY=1;entryX=0.5;entryY=0;edgeStyle=orthogonalEdgeStyle;" target="stop" value="">
          <mxGeometry relative="1" as="geometry" />
        </mxCell>
        <mxCell id="e-corrective-advance" edge="1" parent="1" source="corrective" style="edgeStyle=orthogonalEdgeStyle;rounded=0;orthogonalLoop=1;jettySize=auto;endArrow=block;html=1;strokeColor=#b91c1c;strokeWidth=1.9;endFill=1;exitX=1;exitY=0.5;entryX=0.6068;entryY=1;" target="advance" value="">
          <mxGeometry relative="1" as="geometry">
            <Array as="points">
              <mxPoint x="1590" y="796" />
              <mxPoint x="1590" y="410" />
              <mxPoint x="934" y="410" />
            </Array>
          </mxGeometry>
        </mxCell>
        <mxCell id="label-interpret-turn" parent="1" style="rounded=1;whiteSpace=wrap;html=1;arcSize=45;fillColor=#ffffff;strokeColor=#cbd5e1;opacity=96;fontFamily=Helvetica;fontSize=12;fontStyle=1;fontColor=#334155;align=center;verticalAlign=middle;spacing=0;" value="interpret turn" vertex="1">
          <mxGeometry height="18" width="113" x="943.5" y="323" as="geometry" />
        </mxCell>
        <mxCell id="label-final" parent="1" style="rounded=1;whiteSpace=wrap;html=1;arcSize=45;fillColor=#ffffff;strokeColor=#cbd5e1;opacity=96;fontFamily=Helvetica;fontSize=12;fontStyle=1;fontColor=#334155;align=center;verticalAlign=middle;spacing=0;" value="final" vertex="1">
          <mxGeometry height="18" width="50" x="856" y="643" as="geometry" />
        </mxCell>
+         <mxCell id="label-background-pending" parent="1" style="rounded=1;whiteSpace=wrap;html=1;arcSize=45;fillColor=#ffffff;strokeColor=#999999;opacity=96;fontFamily=Helvetica;fontSize=12;fontStyle=1;fontColor=#334155;align=center;verticalAlign=middle;spacing=0;" value="background pending: wait + deliver completion" vertex="1">
+           <mxGeometry height="18" width="285" x="852.5" y="441" as="geometry" />
+         </mxCell>
+         <mxCell id="label-no-background" parent="1" style="rounded=1;whiteSpace=wrap;html=1;arcSize=45;fillColor=#ffffff;strokeColor=#cbd5e1;opacity=96;fontFamily=Helvetica;fontSize=12;fontStyle=1;fontColor=#334155;align=center;verticalAlign=middle;spacing=0;" value="none pending" vertex="1">
+           <mxGeometry height="18" width="100" x="943.5" y="669" as="geometry" />
+         </mxCell>
        <mxCell id="label-ordinary-tools" parent="1" style="rounded=1;whiteSpace=wrap;html=1;arcSize=45;fillColor=#ffffff;strokeColor=#86efac;opacity=96;fontFamily=Helvetica;fontSize=12;fontStyle=1;fontColor=#334155;align=center;verticalAlign=middle;spacing=0;" value="no approval" vertex="1">
          <mxGeometry height="18" width="96" x="247" y="584" as="geometry" />
        </mxCell>
        <mxCell id="label-approval-required" parent="1" style="rounded=1;whiteSpace=wrap;html=1;arcSize=45;fillColor=#ffffff;strokeColor=#fdba74;opacity=96;fontFamily=Helvetica;fontSize=12;fontStyle=1;fontColor=#334155;align=center;verticalAlign=middle;spacing=0;" value="requires approval" vertex="1">
          <mxGeometry height="18" width="125" x="422" y="601" as="geometry" />
        </mxCell>
        <mxCell id="label-tool-batch" parent="1" style="rounded=1;whiteSpace=wrap;html=1;arcSize=45;fillColor=#ffffff;strokeColor=#fdba74;opacity=96;fontFamily=Helvetica;fontSize=12;fontStyle=1;fontColor=#334155;align=center;verticalAlign=middle;spacing=0;" value="tool batch" vertex="1">
          <mxGeometry height="18" width="82" x="520" y="488" as="geometry" />
        </mxCell>
        <mxCell id="label-schema-retry" parent="1" style="rounded=1;whiteSpace=wrap;html=1;arcSize=45;fillColor=#ffffff;strokeColor=#fca5a5;opacity=96;fontFamily=Helvetica;fontSize=12;fontStyle=1;fontColor=#334155;align=center;verticalAlign=middle;spacing=0;" value="schema retry" vertex="1">
          <mxGeometry height="18" width="99" x="918" y="485" as="geometry" />
        </mxCell>
        <mxCell id="label-tool-next" parent="1" style="rounded=1;whiteSpace=wrap;html=1;arcSize=45;fillColor=#ffffff;strokeColor=#86efac;opacity=96;fontFamily=Helvetica;fontSize=12;fontStyle=1;fontColor=#334155;align=center;verticalAlign=middle;spacing=0;" value="next iteration" vertex="1">
          <mxGeometry height="18" width="113" x="362" y="394" as="geometry" />
        </mxCell>
        <mxCell id="label-budget-remains" parent="1" style="rounded=1;whiteSpace=wrap;html=1;arcSize=45;fillColor=#ffffff;strokeColor=#fca5a5;opacity=96;fontFamily=Helvetica;fontSize=12;fontStyle=1;fontColor=#334155;align=center;verticalAlign=middle;spacing=0;" value="budget remains" vertex="1">
          <mxGeometry height="18" width="113" x="1413.5" y="683" as="geometry" />
        </mxCell>
        <mxCell id="label-no-retry" parent="1" style="rounded=1;whiteSpace=wrap;html=1;arcSize=45;fillColor=#ffffff;strokeColor=#fca5a5;opacity=96;fontFamily=Helvetica;fontSize=12;fontStyle=1;fontColor=#334155;align=center;verticalAlign=middle;spacing=0;" value="no retry" vertex="1">
          <mxGeometry height="18" width="71" x="1124.5" y="665" as="geometry" />
        </mxCell>
        <mxCell id="label-retry-next" parent="1" style="rounded=1;whiteSpace=wrap;html=1;arcSize=45;fillColor=#ffffff;strokeColor=#fca5a5;opacity=96;fontFamily=Helvetica;fontSize=12;fontStyle=1;fontColor=#334155;align=center;verticalAlign=middle;spacing=0;" value="next iteration" vertex="1">
          <mxGeometry height="18" width="113" x="1216.5" y="401" as="geometry" />
        </mxCell>
        <mxCell id="event-dot-objects" parent="1" style="ellipse;whiteSpace=wrap;html=1;aspect=fixed;fillColor=#2563eb;strokeColor=none;" value="" vertex="1">
          <mxGeometry height="14" width="14" x="451" y="121" as="geometry" />
        </mxCell>
        <mxCell id="event-dot-advance" parent="1" style="ellipse;whiteSpace=wrap;html=1;aspect=fixed;fillColor=#2563eb;strokeColor=none;" value="" vertex="1">
          <mxGeometry height="14" width="14" x="1019" y="115" as="geometry" />
        </mxCell>
        <mxCell id="event-dot-turn" parent="1" style="ellipse;whiteSpace=wrap;html=1;aspect=fixed;fillColor=#2563eb;strokeColor=none;" value="" vertex="1">
          <mxGeometry height="14" width="14" x="1431" y="129" as="geometry" />
        </mxCell>
        <mxCell id="event-dot-tools" parent="1" style="ellipse;whiteSpace=wrap;html=1;aspect=fixed;fillColor=#2563eb;strokeColor=none;" value="" vertex="1">
          <mxGeometry height="14" width="14" x="439" y="628" as="geometry" />
        </mxCell>
        <mxCell id="event-dot-retry" parent="1" style="ellipse;whiteSpace=wrap;html=1;aspect=fixed;fillColor=#2563eb;strokeColor=none;" value="" vertex="1">
          <mxGeometry height="14" width="14" x="1216" y="526" as="geometry" />
        </mxCell>
        <mxCell id="event-dot-final" parent="1" style="ellipse;whiteSpace=wrap;html=1;aspect=fixed;fillColor=#2563eb;strokeColor=none;" value="" vertex="1">
          <mxGeometry height="14" width="14" x="1083" y="713" as="geometry" />
        </mxCell>
        <mxCell id="event-dot-approval-pause" parent="1" style="ellipse;whiteSpace=wrap;html=1;aspect=fixed;fillColor=#2563eb;strokeColor=none;" value="" vertex="1">
          <mxGeometry height="14" width="14" x="853" y="698" as="geometry" />
        </mxCell>
        <mxCell id="event-dot-stop" parent="1" style="ellipse;whiteSpace=wrap;html=1;aspect=fixed;fillColor=#2563eb;strokeColor=none;" value="" vertex="1">
          <mxGeometry height="14" width="14" x="1303" y="743" as="geometry" />
        </mxCell>
      </root>
    </mxGraphModel>
  </diagram>
</mxfile>
